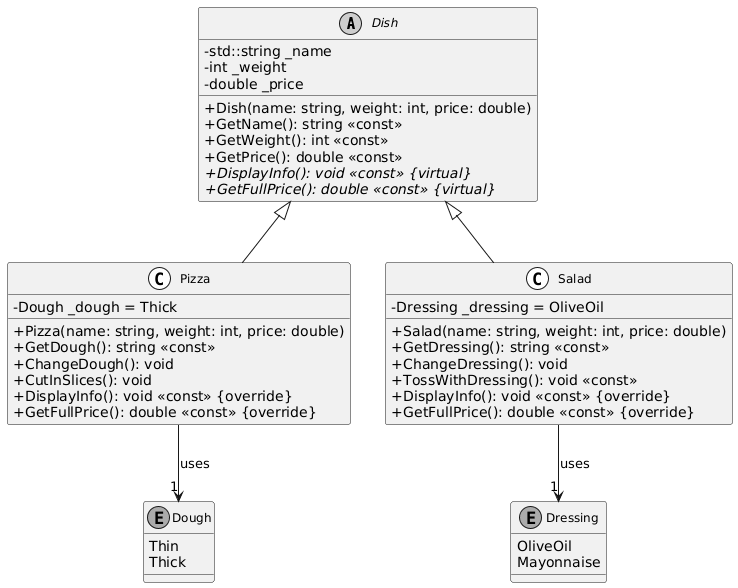
Before: oop/reports/labaratory-work-1/img/uml.png, a diagram exported from PlantUML (mkstas/LearningVyatSu).
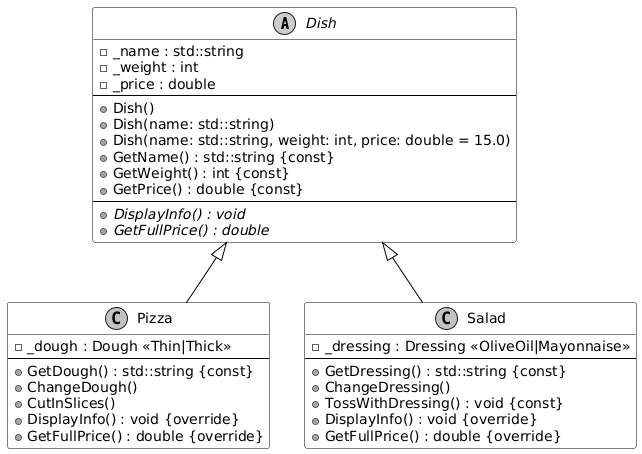
The same diagram one commit later.

Diff of the diagram source:
```diff
@@ -1,55 +1,48 @@
 @startuml
 skinparam monochrome true
 skinparam shadowing false
-skinparam classFontSize 12
-skinparam stereotypeCBackgroundColor White
-skinparam classAttributeIconSize 0
+skinparam class {
+    BackgroundColor White
+    BorderColor Black
+    ArrowColor Black
+}
 
 abstract class Dish {
-  - std::string _name
-  - int _weight
-  - double _price
-  + Dish(name: string, weight: int, price: double)
-  + GetName(): string <<const>>
-  + GetWeight(): int <<const>>
-  + GetPrice(): double <<const>>
-  + {abstract} DisplayInfo(): void <<const>> {virtual}
-  + {abstract} GetFullPrice(): double <<const>> {virtual}
+    - _name : std::string
+    - _weight : int
+    - _price : double
+    --
+    + Dish()
+    + Dish(name: std::string)
+    + Dish(name: std::string, weight: int, price: double = 15.0)
+    + GetName() : std::string {const}
+    + GetWeight() : int {const}
+    + GetPrice() : double {const}
+    --
+    + {abstract} DisplayInfo() : void
+    + {abstract} GetFullPrice() : double
 }
 
 class Pizza {
-  - Dough _dough = Thick
-  + Pizza(name: string, weight: int, price: double)
-  + GetDough(): string <<const>>
-  + ChangeDough(): void
-  + CutInSlices(): void
-  + DisplayInfo(): void <<const>> {override}
-  + GetFullPrice(): double <<const>> {override}
+    - _dough : Dough <<Thin|Thick>>
+    --
+    + GetDough() : std::string {const}
+    + ChangeDough()
+    + CutInSlices()
+    + DisplayInfo() : void {override}
+    + GetFullPrice() : double {override}
 }
 
 class Salad {
-  - Dressing _dressing = OliveOil
-  + Salad(name: string, weight: int, price: double)
-  + GetDressing(): string <<const>>
-  + ChangeDressing(): void
-  + TossWithDressing(): void <<const>>
-  + DisplayInfo(): void <<const>> {override}
-  + GetFullPrice(): double <<const>> {override}
-}
-
-enum Dough {
-  Thin
-  Thick
-}
-
-enum Dressing {
-  OliveOil
-  Mayonnaise
+    - _dressing : Dressing <<OliveOil|Mayonnaise>>
+    --
+    + GetDressing() : std::string {const}
+    + ChangeDressing()
+    + TossWithDressing() : void {const}
+    + DisplayInfo() : void {override}
+    + GetFullPrice() : double {override}
 }
 
 Dish <|-- Pizza
 Dish <|-- Salad
-
-Pizza --> "1" Dough : uses
-Salad --> "1" Dressing : uses
 @enduml
```
